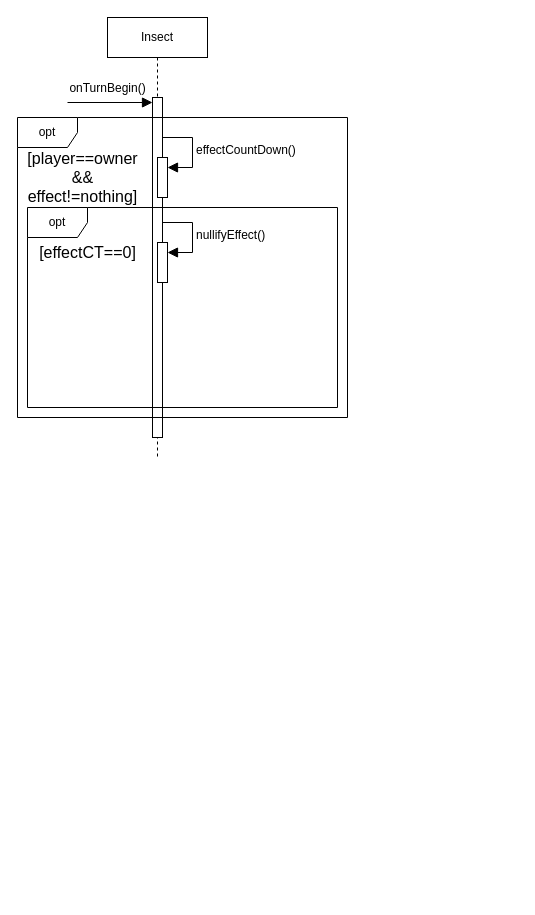
This is page "Insect" (4 of 8) of GameManager_SequenceDiagram.drawio from koharzsombor/bandITs, a draw.io file, before an edit. Source tidied: cells renumbered, new cells numbered last; positions are measured from the earlier drawing's top-left corner, leaving out a move shared by most shapes. Both pictures are drawn from the tidied source at 100%, with x=0, y=0 at pixel (17, 17).
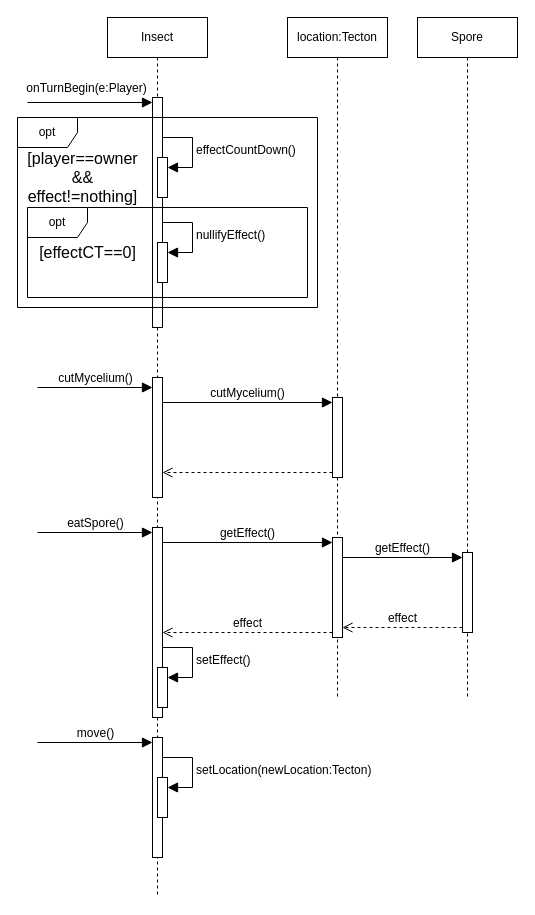
After the change.

Change to the diagram source:
```diff
@@
     <mxCell id="2" value="&lt;div&gt;&lt;span style=&quot;background-color: transparent; color: light-dark(rgb(0, 0, 0), rgb(255, 255, 255));&quot;&gt;Insect&lt;/span&gt;&lt;/div&gt;" style="shape=umlLifeline;perimeter=lifelinePerimeter;whiteSpace=wrap;html=1;newEdgeStyle={&quot;curved&quot;:0,&quot;rounded&quot;:0};" parent="1" vertex="1">
-      <mxGeometry x="90" width="100" height="440" as="geometry" />
+      <mxGeometry x="90" width="100" height="880" as="geometry" />
     </mxCell>
     <mxCell id="3" style="html=1;perimeter=orthogonalPerimeter;targetShapes=umlLifeline;newEdgeStyle={&quot;curved&quot;:0,&quot;rounded&quot;:0};" parent="2" vertex="1">
-      <mxGeometry x="45" y="80" width="10" height="340" as="geometry" />
+      <mxGeometry x="45" y="80" width="10" height="230" as="geometry" />
     </mxCell>
+    <mxCell id="13" style="html=1;points=[[0,0,0,0,5],[0,1,0,0,-5],[1,0,0,0,5],[1,1,0,0,-5]];perimeter=orthogonalPerimeter;outlineConnect=0;targetShapes=umlLifeline;portConstraint=eastwest;newEdgeStyle={&quot;curved&quot;:0,&quot;rounded&quot;:0};" parent="2" vertex="1">
+      <mxGeometry x="45" y="360" width="10" height="120" as="geometry" />
+    </mxCell>
+    <mxCell id="14" style="html=1;points=[[0,0,0,0,5],[0,1,0,0,-5],[1,0,0,0,5],[1,1,0,0,-5]];perimeter=orthogonalPerimeter;outlineConnect=0;targetShapes=umlLifeline;portConstraint=eastwest;newEdgeStyle={&quot;curved&quot;:0,&quot;rounded&quot;:0};" parent="2" vertex="1">
+      <mxGeometry x="45" y="510" width="10" height="190" as="geometry" />
+    </mxCell>
+    <mxCell id="15" value="eatSpore()" style="html=1;verticalAlign=bottom;endArrow=block;curved=0;rounded=0;entryX=0;entryY=0;entryDx=0;entryDy=5;fontSize=12;startSize=8;endSize=8;" parent="2" edge="1" target="14">
+      <mxGeometry relative="1" as="geometry">
+        <mxPoint x="-70" y="515" as="sourcePoint" />
+      </mxGeometry>
+    </mxCell>
+    <mxCell id="16" style="html=1;points=[[0,0,0,0,5],[0,1,0,0,-5],[1,0,0,0,5],[1,1,0,0,-5]];perimeter=orthogonalPerimeter;outlineConnect=0;targetShapes=umlLifeline;portConstraint=eastwest;newEdgeStyle={&quot;curved&quot;:0,&quot;rounded&quot;:0};" parent="2" vertex="1">
+      <mxGeometry x="50" y="650" width="10" height="40" as="geometry" />
+    </mxCell>
+    <mxCell id="17" value="setEffect()" style="html=1;align=left;spacingLeft=2;endArrow=block;rounded=0;edgeStyle=orthogonalEdgeStyle;curved=0;rounded=0;fontSize=12;startSize=8;endSize=8;" parent="2" edge="1" target="16">
+      <mxGeometry relative="1" as="geometry">
+        <mxPoint x="55" y="630" as="sourcePoint" />
+        <Array as="points">
+          <mxPoint x="85" y="660" />
+        </Array>
+      </mxGeometry>
+    </mxCell>
+    <mxCell id="18" style="html=1;points=[[0,0,0,0,5],[0,1,0,0,-5],[1,0,0,0,5],[1,1,0,0,-5]];perimeter=orthogonalPerimeter;outlineConnect=0;targetShapes=umlLifeline;portConstraint=eastwest;newEdgeStyle={&quot;curved&quot;:0,&quot;rounded&quot;:0};" parent="2" vertex="1">
+      <mxGeometry x="45" y="720" width="10" height="120" as="geometry" />
+    </mxCell>
+    <mxCell id="19" value="move()" style="html=1;verticalAlign=bottom;endArrow=block;curved=0;rounded=0;entryX=0;entryY=0;entryDx=0;entryDy=5;fontSize=12;startSize=8;endSize=8;" parent="2" edge="1" target="18">
+      <mxGeometry relative="1" as="geometry">
+        <mxPoint x="-70" y="725" as="sourcePoint" />
+      </mxGeometry>
+    </mxCell>
+    <mxCell id="20" style="html=1;points=[[0,0,0,0,5],[0,1,0,0,-5],[1,0,0,0,5],[1,1,0,0,-5]];perimeter=orthogonalPerimeter;outlineConnect=0;targetShapes=umlLifeline;portConstraint=eastwest;newEdgeStyle={&quot;curved&quot;:0,&quot;rounded&quot;:0};" parent="2" vertex="1">
+      <mxGeometry x="50" y="760" width="10" height="40" as="geometry" />
+    </mxCell>
+    <mxCell id="21" value="setLocation(newLocation:Tecton)" style="html=1;align=left;spacingLeft=2;endArrow=block;rounded=0;edgeStyle=orthogonalEdgeStyle;curved=0;rounded=0;fontSize=12;startSize=8;endSize=8;" parent="2" edge="1" target="20">
+      <mxGeometry relative="1" as="geometry">
+        <mxPoint x="55" y="740" as="sourcePoint" />
+        <Array as="points">
+          <mxPoint x="85" y="770" />
+        </Array>
+      </mxGeometry>
+    </mxCell>
-    <mxCell id="4" value="onTurnBegin()" style="html=1;verticalAlign=bottom;endArrow=block;curved=0;rounded=0;fontSize=12;startSize=8;endSize=8;entryX=0;entryY=0;entryDx=0;entryDy=5;entryPerimeter=0;" parent="1" edge="1">
+    <mxCell id="4" value="onTurnBegin(e:Player)" style="html=1;verticalAlign=bottom;endArrow=block;curved=0;rounded=0;fontSize=12;startSize=8;endSize=8;entryX=0;entryY=0;entryDx=0;entryDy=5;entryPerimeter=0;" parent="1" edge="1">
       <mxGeometry x="-0.06" y="5" relative="1" as="geometry">
-        <mxPoint x="50" y="85" as="sourcePoint" />
+        <mxPoint x="10" y="85" as="sourcePoint" />
         <mxPoint x="135" y="85" as="targetPoint" />
       </mxGeometry>
     </mxCell>
     <mxCell id="5" value="opt" style="shape=umlFrame;whiteSpace=wrap;html=1;" parent="1" vertex="1">
-      <mxGeometry y="100" width="330" height="300" as="geometry" />
+      <mxGeometry y="100" width="300" height="190" as="geometry" />
     </mxCell>
@@
     <mxCell id="9" value="opt" style="shape=umlFrame;whiteSpace=wrap;html=1;" parent="1" vertex="1">
-      <mxGeometry x="10" y="190" width="310" height="200" as="geometry" />
+      <mxGeometry x="10" y="190" width="280" height="90" as="geometry" />
     </mxCell>
@@
+    <mxCell id="22" value="cutMycelium()" style="html=1;verticalAlign=bottom;endArrow=block;curved=0;rounded=0;fontSize=12;startSize=8;endSize=8;" parent="1" edge="1">
+      <mxGeometry relative="1" as="geometry">
+        <mxPoint x="20" y="370" as="sourcePoint" />
+        <mxPoint x="135" y="370" as="targetPoint" />
+      </mxGeometry>
+    </mxCell>
+    <mxCell id="23" value="location:Tecton" style="shape=umlLifeline;perimeter=lifelinePerimeter;whiteSpace=wrap;html=1;newEdgeStyle={&quot;curved&quot;:0,&quot;rounded&quot;:0};" parent="1" vertex="1">
+      <mxGeometry x="270" width="100" height="680" as="geometry" />
+    </mxCell>
+    <mxCell id="24" style="html=1;points=[[0,0,0,0,5],[0,1,0,0,-5],[1,0,0,0,5],[1,1,0,0,-5]];perimeter=orthogonalPerimeter;outlineConnect=0;targetShapes=umlLifeline;portConstraint=eastwest;newEdgeStyle={&quot;curved&quot;:0,&quot;rounded&quot;:0};" parent="23" vertex="1">
+      <mxGeometry x="45" y="380" width="10" height="80" as="geometry" />
+    </mxCell>
+    <mxCell id="25" style="html=1;points=[[0,0,0,0,5],[0,1,0,0,-5],[1,0,0,0,5],[1,1,0,0,-5]];perimeter=orthogonalPerimeter;outlineConnect=0;targetShapes=umlLifeline;portConstraint=eastwest;newEdgeStyle={&quot;curved&quot;:0,&quot;rounded&quot;:0};" parent="23" vertex="1">
+      <mxGeometry x="45" y="520" width="10" height="100" as="geometry" />
+    </mxCell>
+    <mxCell id="26" value="cutMycelium()" style="html=1;verticalAlign=bottom;endArrow=block;curved=0;rounded=0;entryX=0;entryY=0;entryDx=0;entryDy=5;fontSize=12;startSize=8;endSize=8;" parent="1" edge="1" source="13" target="24">
+      <mxGeometry relative="1" as="geometry" />
+    </mxCell>
+    <mxCell id="27" style="html=1;verticalAlign=bottom;endArrow=open;dashed=1;endSize=8;curved=0;rounded=0;exitX=0;exitY=1;exitDx=0;exitDy=-5;fontSize=12;" parent="1" edge="1" source="24" target="13">
+      <mxGeometry relative="1" as="geometry" />
+    </mxCell>
+    <mxCell id="28" value="getEffect()" style="html=1;verticalAlign=bottom;endArrow=block;curved=0;rounded=0;entryX=0;entryY=0;entryDx=0;entryDy=5;fontSize=12;startSize=8;endSize=8;" parent="1" edge="1" source="14" target="25">
+      <mxGeometry relative="1" as="geometry" />
+    </mxCell>
+    <mxCell id="29" value="effect" style="html=1;verticalAlign=bottom;endArrow=open;dashed=1;endSize=8;curved=0;rounded=0;exitX=0;exitY=1;exitDx=0;exitDy=-5;fontSize=12;" parent="1" edge="1" source="25" target="14">
+      <mxGeometry relative="1" as="geometry" />
+    </mxCell>
+    <mxCell id="30" value="getEffect()" style="html=1;verticalAlign=bottom;endArrow=block;curved=0;rounded=0;entryX=0;entryY=0;entryDx=0;entryDy=5;fontSize=12;startSize=8;endSize=8;" parent="1" edge="1" source="25" target="33">
+      <mxGeometry relative="1" as="geometry" />
+    </mxCell>
+    <mxCell id="31" value="effect" style="html=1;verticalAlign=bottom;endArrow=open;dashed=1;endSize=8;curved=0;rounded=0;exitX=0;exitY=1;exitDx=0;exitDy=-5;fontSize=12;" parent="1" edge="1" source="33" target="25">
+      <mxGeometry relative="1" as="geometry" />
+    </mxCell>
+    <mxCell id="32" value="Spore" style="shape=umlLifeline;perimeter=lifelinePerimeter;whiteSpace=wrap;html=1;newEdgeStyle={&quot;curved&quot;:0,&quot;rounded&quot;:0};" parent="1" vertex="1">
+      <mxGeometry x="400" width="100" height="680" as="geometry" />
+    </mxCell>
+    <mxCell id="33" style="html=1;points=[[0,0,0,0,5],[0,1,0,0,-5],[1,0,0,0,5],[1,1,0,0,-5]];perimeter=orthogonalPerimeter;outlineConnect=0;targetShapes=umlLifeline;portConstraint=eastwest;newEdgeStyle={&quot;curved&quot;:0,&quot;rounded&quot;:0};" parent="32" vertex="1">
+      <mxGeometry x="45" y="535" width="10" height="80" as="geometry" />
+    </mxCell>
```
